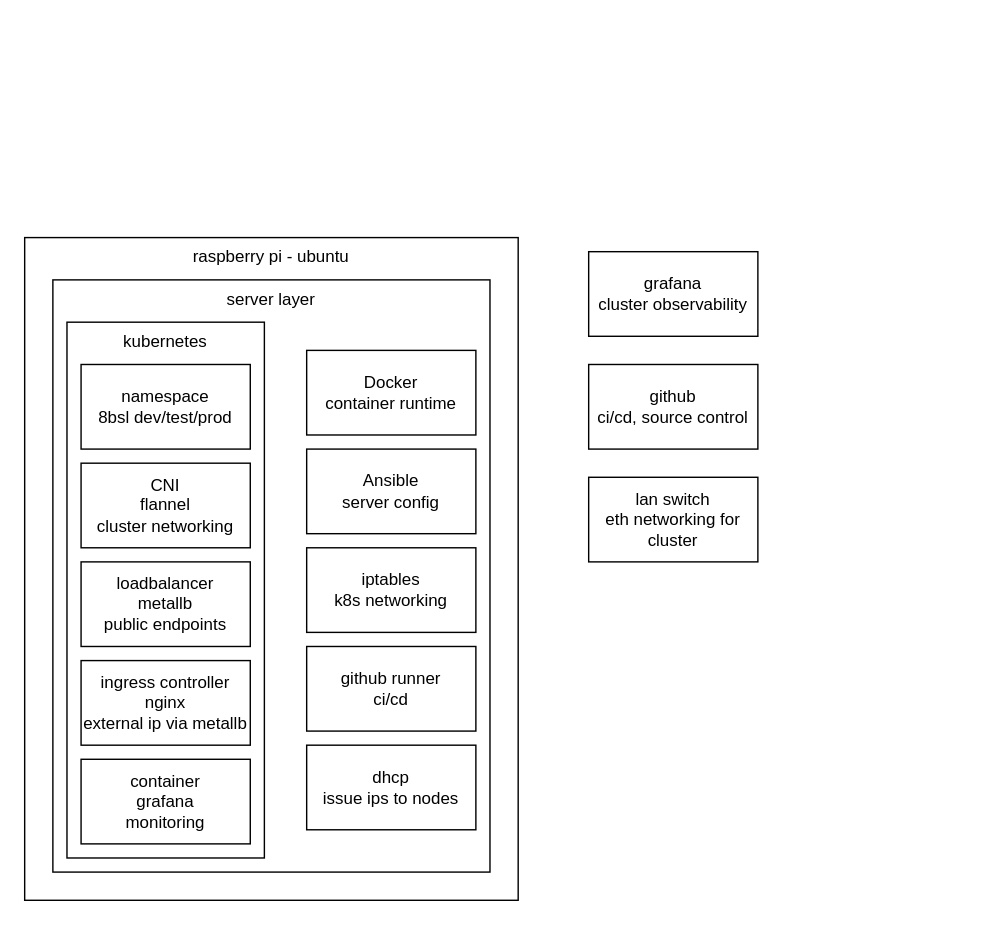
The draw.io diagram diagrams/server.drawio in mchellmer/nineteenseventytwo-eightbitsaxlounge, before the edit. Source tidied: cells renumbered, new cells numbered last; positions are measured from the earlier drawing's top-left corner, leaving out a move shared by most shapes. Both pictures are drawn from the tidied source at 141%, with x=0, y=0 at pixel (24, 237).
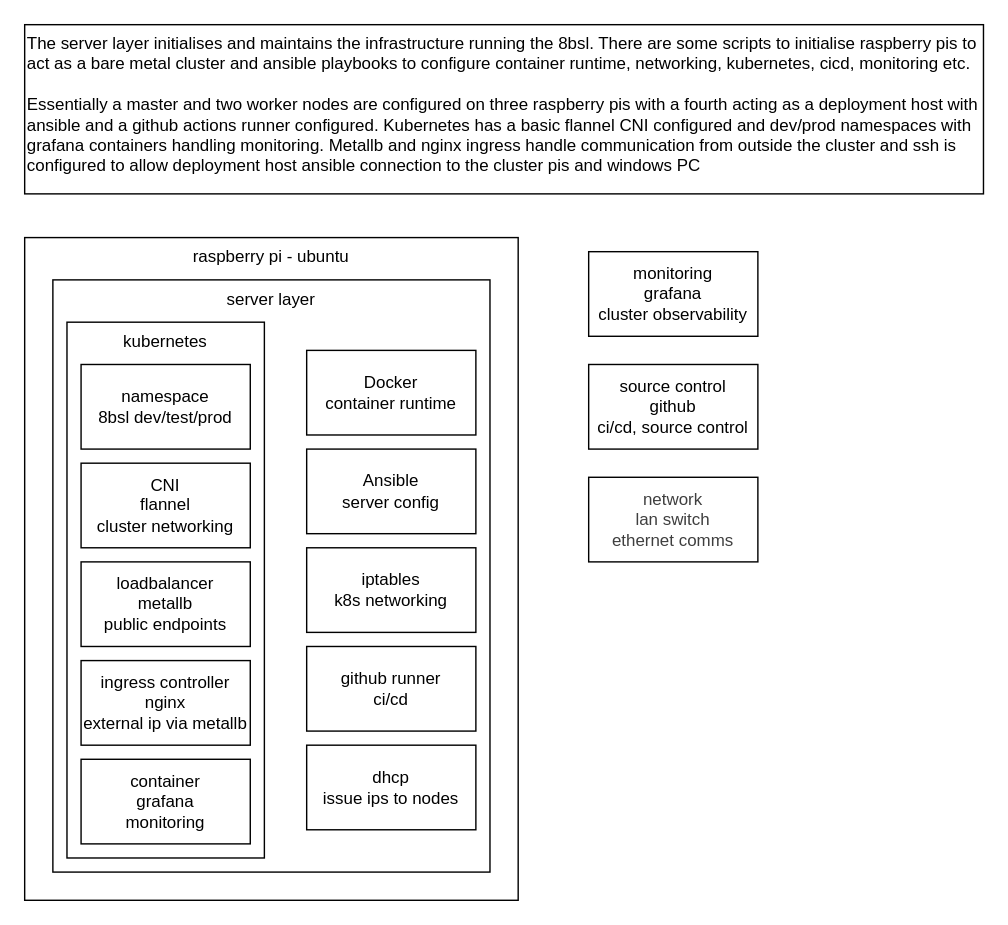
The same page after the edit.

Change to the diagram source:
```diff
@@
 <mxGraphModel>
   <root>
     <mxCell id="0" />
     <mxCell id="1" parent="0" />
     <mxCell id="2" value="raspberry pi - ubuntu" style="rounded=0;whiteSpace=wrap;html=1;verticalAlign=top;" parent="1" vertex="1">
       <mxGeometry width="350" height="470" as="geometry" />
     </mxCell>
     <mxCell id="3" value="server layer" style="rounded=0;whiteSpace=wrap;html=1;verticalAlign=top;" parent="1" vertex="1">
       <mxGeometry x="20" y="30" width="310" height="420" as="geometry" />
     </mxCell>
     <mxCell id="4" value="kubernetes" style="rounded=0;whiteSpace=wrap;html=1;verticalAlign=top;" parent="1" vertex="1">
       <mxGeometry x="30" y="60" width="140" height="380" as="geometry" />
     </mxCell>
     <mxCell id="5" value="loadbalancer&lt;div&gt;metallb&lt;/div&gt;&lt;div&gt;public endpoints&lt;/div&gt;" style="rounded=0;whiteSpace=wrap;html=1;" parent="1" vertex="1">
       <mxGeometry x="40" y="230" width="120" height="60" as="geometry" />
     </mxCell>
     <mxCell id="6" value="container&lt;div&gt;grafana&lt;/div&gt;&lt;div&gt;monitoring&lt;/div&gt;" style="rounded=0;whiteSpace=wrap;html=1;" parent="1" vertex="1">
       <mxGeometry x="40" y="370" width="120" height="60" as="geometry" />
     </mxCell>
     <mxCell id="7" value="namespace&lt;div&gt;8bsl dev/test/prod&lt;/div&gt;" style="rounded=0;whiteSpace=wrap;html=1;" parent="1" vertex="1">
       <mxGeometry x="40" y="90" width="120" height="60" as="geometry" />
     </mxCell>
     <mxCell id="8" value="&lt;div&gt;&lt;font color=&quot;#000000&quot;&gt;ingress controller&lt;/font&gt;&lt;/div&gt;&lt;div&gt;nginx&lt;/div&gt;&lt;div&gt;external ip via metallb&lt;/div&gt;" style="rounded=0;whiteSpace=wrap;html=1;" parent="1" vertex="1">
       <mxGeometry x="40" y="300" width="120" height="60" as="geometry" />
     </mxCell>
     <mxCell id="9" value="&lt;div&gt;&lt;font color=&quot;#000000&quot;&gt;CNI&lt;/font&gt;&lt;/div&gt;&lt;div&gt;&lt;font color=&quot;#000000&quot;&gt;flannel&lt;/font&gt;&lt;/div&gt;&lt;div&gt;&lt;font color=&quot;#000000&quot;&gt;cluster networking&lt;/font&gt;&lt;/div&gt;" style="rounded=0;whiteSpace=wrap;html=1;" parent="1" vertex="1">
       <mxGeometry x="40" y="160" width="120" height="60" as="geometry" />
     </mxCell>
     <mxCell id="10" value="Docker&lt;div&gt;container runtime&lt;/div&gt;" style="rounded=0;whiteSpace=wrap;html=1;" parent="1" vertex="1">
       <mxGeometry x="200" y="80" width="120" height="60" as="geometry" />
     </mxCell>
     <mxCell id="11" value="Ansible&lt;div&gt;server config&lt;/div&gt;" style="rounded=0;whiteSpace=wrap;html=1;" parent="1" vertex="1">
       <mxGeometry x="200" y="150" width="120" height="60" as="geometry" />
     </mxCell>
     <mxCell id="12" value="iptables&lt;div&gt;k8s networking&lt;/div&gt;" style="rounded=0;whiteSpace=wrap;html=1;" parent="1" vertex="1">
       <mxGeometry x="200" y="220" width="120" height="60" as="geometry" />
     </mxCell>
     <mxCell id="13" value="github runner&lt;div&gt;ci/cd&lt;/div&gt;" style="rounded=0;whiteSpace=wrap;html=1;" parent="1" vertex="1">
       <mxGeometry x="200" y="290" width="120" height="60" as="geometry" />
     </mxCell>
     <mxCell id="14" value="dhcp&lt;div&gt;issue ips to nodes&lt;/div&gt;" style="rounded=0;whiteSpace=wrap;html=1;" parent="1" vertex="1">
       <mxGeometry x="200" y="360" width="120" height="60" as="geometry" />
     </mxCell>
-    <mxCell id="15" value="grafana&lt;div&gt;cluster observability&lt;/div&gt;" style="rounded=0;whiteSpace=wrap;html=1;" parent="1" vertex="1">
+    <mxCell id="15" value="&lt;div&gt;monitoring&lt;/div&gt;grafana&lt;div&gt;cluster observability&lt;/div&gt;" style="rounded=0;whiteSpace=wrap;html=1;" parent="1" vertex="1">
       <mxGeometry x="400" y="10" width="120" height="60" as="geometry" />
     </mxCell>
-    <mxCell id="16" value="github&lt;div&gt;ci/cd, source control&lt;/div&gt;" style="rounded=0;whiteSpace=wrap;html=1;" parent="1" vertex="1">
+    <mxCell id="16" value="&lt;div&gt;source control&lt;/div&gt;github&lt;div&gt;ci/cd, source control&lt;/div&gt;" style="rounded=0;whiteSpace=wrap;html=1;" parent="1" vertex="1">
       <mxGeometry x="400" y="90" width="120" height="60" as="geometry" />
     </mxCell>
-    <mxCell id="17" value="lan switch&lt;div&gt;eth networking for cluster&lt;/div&gt;" style="rounded=0;whiteSpace=wrap;html=1;" parent="1" vertex="1">
+    <mxCell id="17" value="&lt;div&gt;&lt;span style=&quot;color: rgb(63, 63, 63); background-color: transparent;&quot;&gt;network&lt;/span&gt;&lt;/div&gt;&lt;div&gt;&lt;span style=&quot;color: rgb(63, 63, 63); background-color: transparent;&quot;&gt;lan switch&lt;/span&gt;&lt;/div&gt;&lt;div&gt;&lt;span style=&quot;color: rgb(63, 63, 63); background-color: transparent;&quot;&gt;ethernet comms&lt;/span&gt;&lt;/div&gt;" style="rounded=0;whiteSpace=wrap;html=1;" parent="1" vertex="1">
       <mxGeometry x="400" y="170" width="120" height="60" as="geometry" />
     </mxCell>
+    <mxCell id="18" value="The server layer initialises and maintains the infrastructure running the 8bsl. There are some scripts to initialise raspberry pis to act as a bare metal cluster and ansible playbooks to configure container runtime, networking, kubernetes, cicd, monitoring etc.&lt;div&gt;&lt;br&gt;&lt;/div&gt;&lt;div&gt;Essentially a master and two worker nodes are configured on three raspberry pis with a fourth acting as a deployment host with ansible and a github actions runner configured. Kubernetes has a basic flannel CNI configured and dev/prod namespaces with grafana containers handling monitoring. Metallb and nginx ingress handle communication from outside the cluster and ssh is configured to allow deployment host ansible connection to the cluster pis and windows PC&lt;/div&gt;" style="rounded=0;whiteSpace=wrap;html=1;verticalAlign=top;align=left;" parent="1" vertex="1">
+      <mxGeometry y="-151" width="680" height="120" as="geometry" />
+    </mxCell>
   </root>
 </mxGraphModel>
```
